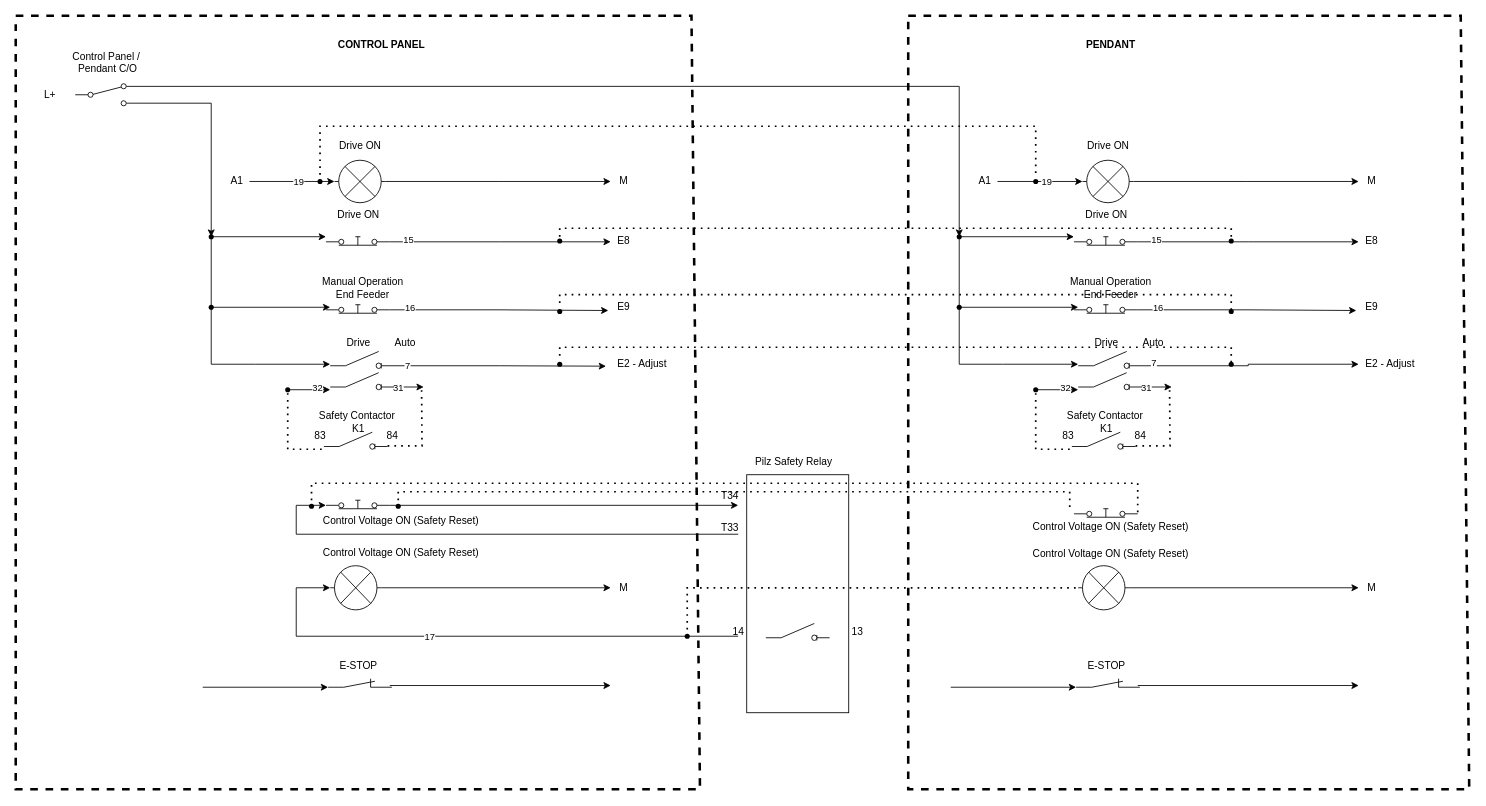
The draw.io diagram 176 Pendant.drawio in nicholas-carnie/Nicks-files, before the edit. Source tidied: cells renumbered, new cells numbered last; positions are measured from the earlier drawing's top-left corner, leaving out a move shared by most shapes. Both pictures are drawn from the tidied source at 85%, with x=0, y=0 at pixel (15, 15).
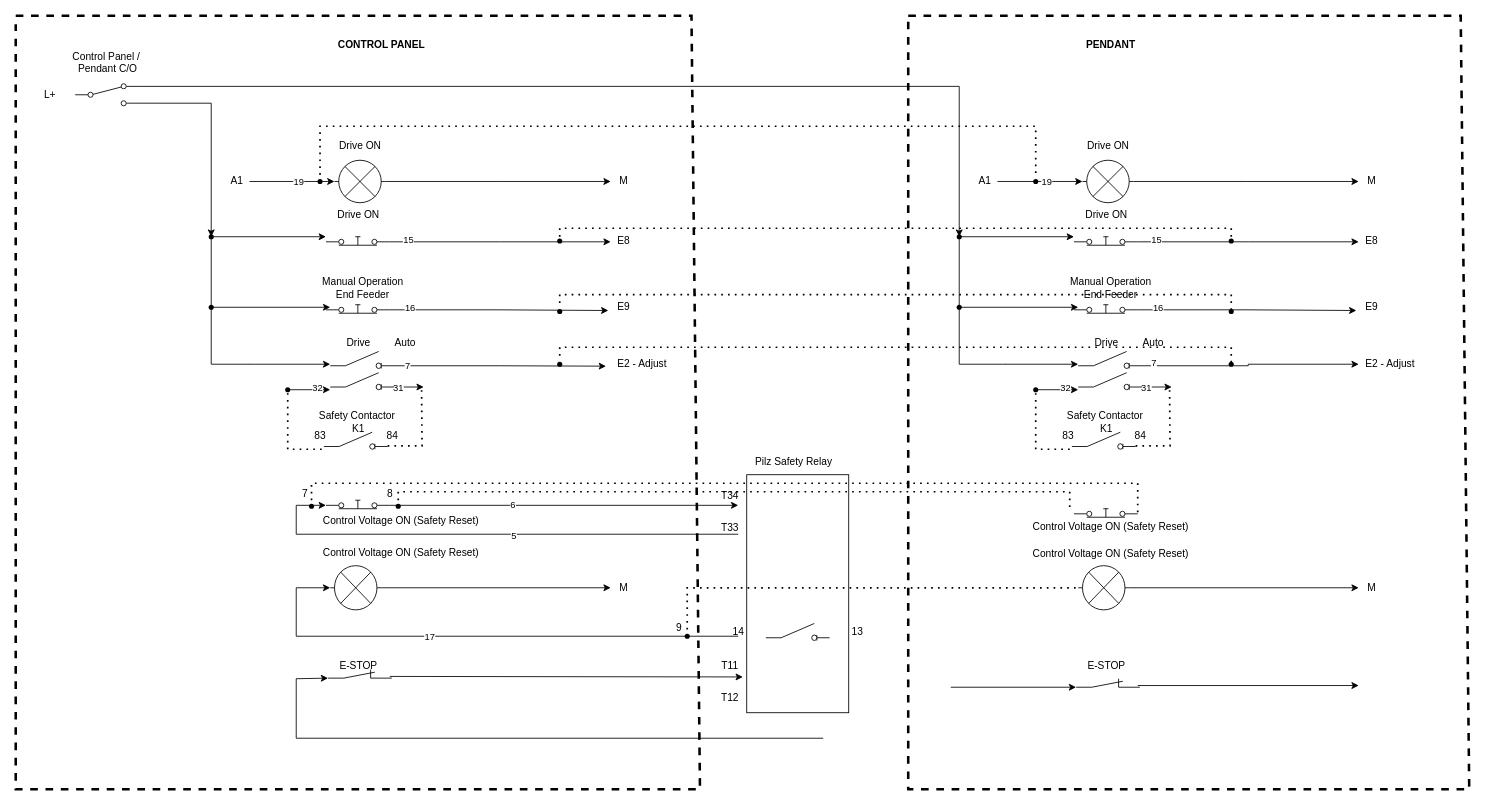
The same page after the edit.

Unchanged cells that the change refers to:
```xml
<mxCell id="5" style="edgeStyle=orthogonalEdgeStyle;rounded=0;jettySize=auto;html=1;exitX=1;exitY=0.8;exitDx=0;exitDy=0;" parent="1" edge="1" source="6">
  <mxGeometry relative="1" as="geometry">
    <mxPoint x="850" y="576" as="targetPoint" />
  </mxGeometry>
</mxCell>
<mxCell id="42" style="endArrow=classic;html=1;rounded=0;entryX=0;entryY=0.8;entryDx=0;entryDy=0;" parent="1" edge="1" target="6">
  <mxGeometry relative="1" as="geometry">
    <mxPoint x="850" y="610" as="sourcePoint" />
    <Array as="points">
      <mxPoint x="330" y="610" />
      <mxPoint x="330" y="576" />
    </Array>
  </mxGeometry>
</mxCell>
```

What changed in the source:
```diff
@@
+    <mxCell id="141" value="6" style="edgeLabel;html=1;align=center;verticalAlign=middle;" parent="5" vertex="1">
+      <mxGeometry x="-0.3" y="1" relative="1" as="geometry" />
+    </mxCell>
@@
     <mxCell id="29" style="verticalLabelPosition=bottom;shadow=0;dashed=0;align=center;html=1;verticalAlign=top;shape=mxgraph.electrical.electro-mechanical.break_contact;" parent="1" vertex="1">
-      <mxGeometry x="367.5" y="780" width="75" height="10" as="geometry" />
+      <mxGeometry x="367.5" y="769.3" width="75" height="10" as="geometry" />
     </mxCell>
@@
+    <mxCell id="142" value="5" style="edgeLabel;html=1;align=center;verticalAlign=middle;" parent="42" vertex="1">
+      <mxGeometry x="-0.1" y="1" relative="1" as="geometry" />
+    </mxCell>
@@
-    <mxCell id="45" style="endArrow=classic;html=1;rounded=0;" parent="1" edge="1">
+    <mxCell id="45" style="endArrow=classic;html=1;rounded=0;entryX=0.886;entryY=0.93;entryDx=0;entryDy=0;entryPerimeter=0;" parent="1" edge="1" target="146">
       <mxGeometry relative="1" as="geometry">
-        <mxPoint x="440" y="788" as="sourcePoint" />
-        <mxPoint x="700" y="788" as="targetPoint" />
+        <mxPoint x="440" y="777.3" as="sourcePoint" />
       </mxGeometry>
     </mxCell>
     <mxCell id="46" style="endArrow=classic;html=1;rounded=0;entryX=0;entryY=1;entryDx=0;entryDy=0;entryPerimeter=0;" parent="1" edge="1" target="29">
       <mxGeometry relative="1" as="geometry">
-        <mxPoint x="220" y="790" as="sourcePoint" />
+        <mxPoint x="950" y="850" as="sourcePoint" />
+        <Array as="points">
+          <mxPoint x="330" y="850" />
+          <mxPoint x="330" y="780" />
+        </Array>
       </mxGeometry>
     </mxCell>
@@
+    <mxCell id="143" value="7" style="text;html=1;align=center;verticalAlign=middle;strokeColor=none;fillColor=none;" parent="1" vertex="1">
+      <mxGeometry x="325" y="548" width="30" height="30" as="geometry" />
+    </mxCell>
+    <mxCell id="144" value="8" style="text;html=1;align=center;verticalAlign=middle;strokeColor=none;fillColor=none;" parent="1" vertex="1">
+      <mxGeometry x="425" y="548" width="30" height="30" as="geometry" />
+    </mxCell>
+    <mxCell id="145" value="9" style="text;html=1;align=center;verticalAlign=middle;strokeColor=none;fillColor=none;" parent="1" vertex="1">
+      <mxGeometry x="765" y="705" width="30" height="30" as="geometry" />
+    </mxCell>
+    <mxCell id="146" value="T11" style="text;html=1;align=center;verticalAlign=middle;points=[];strokeColor=none;fillColor=none;" parent="1" vertex="1">
+      <mxGeometry x="820" y="750" width="40" height="30" as="geometry" />
+    </mxCell>
+    <mxCell id="147" value="T12" style="text;html=1;align=center;verticalAlign=middle;strokeColor=none;fillColor=none;" parent="1" vertex="1">
+      <mxGeometry x="820" y="788" width="40" height="30" as="geometry" />
+    </mxCell>
```
